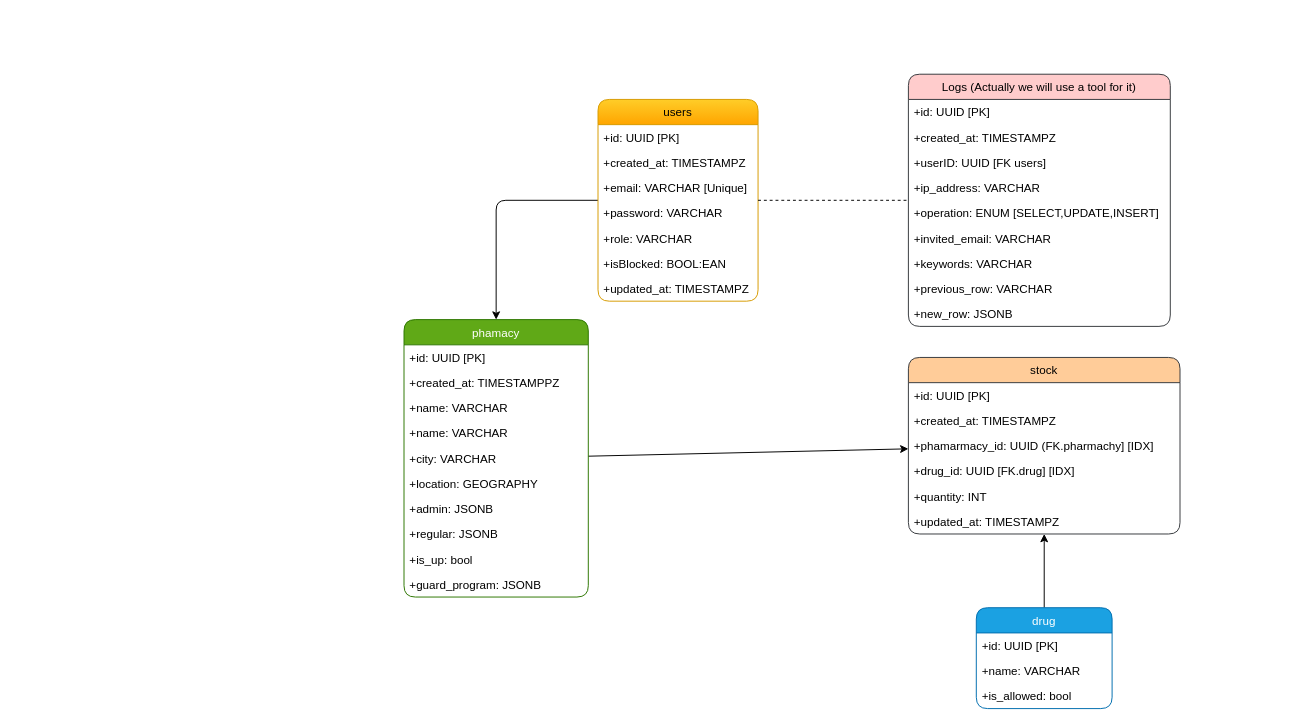
This is page "DB" (1 of 3) of _docs/diagrams.drawio from juanvictorqwerty/Bob-Pharma-View, a draw.io file, before an edit. Source tidied: cells renumbered, new cells numbered last; positions are measured from the earlier drawing's top-left corner, leaving out a move shared by most shapes. Both pictures are drawn from the tidied source at 97%, with x=0, y=0 at pixel (404, 74).
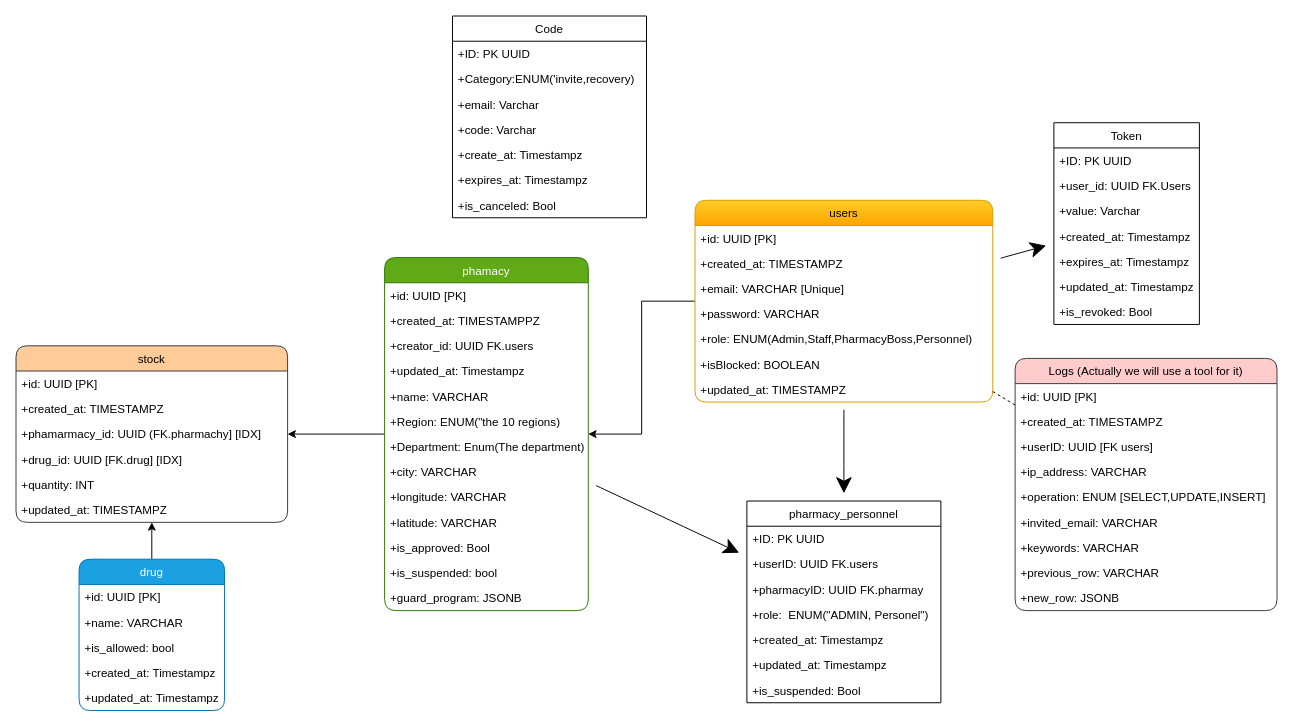
The same page after the edit.

The edit, as a diff of the source:
```diff
@@
-    <mxCell id="2" style="edgeStyle=orthogonalEdgeStyle;html=1;entryX=0.5;entryY=0;entryDx=0;entryDy=0;" parent="1" edge="1" source="3" target="12">
+    <mxCell id="2" style="edgeStyle=orthogonalEdgeStyle;html=1;rounded=0;" parent="1" edge="1" source="3" target="12">
       <mxGeometry relative="1" as="geometry" />
     </mxCell>
+    <mxCell id="46" style="edgeStyle=none;curved=1;rounded=0;jettySize=auto;html=1;endArrow=classic;startSize=14;endSize=14;sourcePerimeterSpacing=8;targetPerimeterSpacing=8;endFill=1;" parent="1" edge="1" source="3" target="57">
+      <mxGeometry relative="1" as="geometry" />
+    </mxCell>
+    <mxCell id="47" style="edgeStyle=none;curved=1;rounded=0;jettySize=auto;html=1;endArrow=classic;endFill=1;startSize=14;endSize=14;sourcePerimeterSpacing=8;targetPerimeterSpacing=8;" parent="1" edge="1" source="3" target="73">
+      <mxGeometry relative="1" as="geometry" />
+    </mxCell>
     <mxCell id="3" value="users" style="swimlane;fontStyle=0;horizontal=1;startSize=26;fillColor=#ffcd28;shadow=0;rounded=1;gradientColor=#ffa500;strokeColor=#d79b00;" parent="1" vertex="1">
-      <mxGeometry x="200" y="26" width="165" height="208" as="geometry" />
+      <mxGeometry x="300" y="130" width="307" height="208" as="geometry" />
     </mxCell>
     <mxCell id="4" value="+id: UUID [PK]" style="text;strokeColor=none;fillColor=none;align=left;verticalAlign=top;spacingLeft=4;spacingRight=4;overflow=hidden;" parent="3" vertex="1">
-      <mxGeometry y="26" width="165" height="26" as="geometry" />
+      <mxGeometry y="26" width="307" height="26" as="geometry" />
     </mxCell>
     <mxCell id="5" value="+created_at: TIMESTAMPZ" style="text;strokeColor=none;fillColor=none;align=left;verticalAlign=top;spacingLeft=4;spacingRight=4;overflow=hidden;" parent="3" vertex="1">
-      <mxGeometry y="52" width="165" height="26" as="geometry" />
+      <mxGeometry y="52" width="307" height="26" as="geometry" />
     </mxCell>
     <mxCell id="6" value="+email: VARCHAR [Unique]" style="text;strokeColor=none;fillColor=none;align=left;verticalAlign=top;spacingLeft=4;spacingRight=4;overflow=hidden;" parent="3" vertex="1">
-      <mxGeometry y="78" width="165" height="26" as="geometry" />
+      <mxGeometry y="78" width="307" height="26" as="geometry" />
     </mxCell>
     <mxCell id="7" value="+password: VARCHAR" style="text;strokeColor=none;fillColor=none;align=left;verticalAlign=top;spacingLeft=4;spacingRight=4;overflow=hidden;" parent="3" vertex="1">
-      <mxGeometry y="104" width="165" height="26" as="geometry" />
+      <mxGeometry y="104" width="307" height="26" as="geometry" />
     </mxCell>
-    <mxCell id="8" value="+role: VARCHAR" style="text;strokeColor=none;fillColor=none;align=left;verticalAlign=top;spacingLeft=4;spacingRight=4;overflow=hidden;" parent="3" vertex="1">
-      <mxGeometry y="130" width="165" height="26" as="geometry" />
+    <mxCell id="8" value="+role: ENUM(Admin,Staff,PharmacyBoss,Personnel)" style="text;strokeColor=none;fillColor=none;align=left;verticalAlign=top;spacingLeft=4;spacingRight=4;overflow=hidden;" parent="3" vertex="1">
+      <mxGeometry y="130" width="307" height="26" as="geometry" />
     </mxCell>
-    <mxCell id="9" value="+isBlocked: BOOL:EAN" style="text;strokeColor=none;fillColor=none;align=left;verticalAlign=top;spacingLeft=4;spacingRight=4;overflow=hidden;" parent="3" vertex="1">
-      <mxGeometry y="156" width="165" height="26" as="geometry" />
+    <mxCell id="9" value="+isBlocked: BOOLEAN" style="text;strokeColor=none;fillColor=none;align=left;verticalAlign=top;spacingLeft=4;spacingRight=4;overflow=hidden;" parent="3" vertex="1">
+      <mxGeometry y="156" width="307" height="26" as="geometry" />
     </mxCell>
     <mxCell id="10" value="+updated_at: TIMESTAMPZ" style="text;strokeColor=none;fillColor=none;align=left;verticalAlign=top;spacingLeft=4;spacingRight=4;overflow=hidden;" parent="3" vertex="1">
-      <mxGeometry y="182" width="165" height="26" as="geometry" />
+      <mxGeometry y="182" width="307" height="26" as="geometry" />
     </mxCell>
@@
+    <mxCell id="48" style="edgeStyle=none;curved=1;rounded=0;jettySize=auto;html=1;endArrow=classic;startSize=14;endSize=14;sourcePerimeterSpacing=8;targetPerimeterSpacing=8;endFill=1;" parent="1" edge="1" source="12" target="57">
+      <mxGeometry relative="1" as="geometry" />
+    </mxCell>
     <mxCell id="12" value="phamacy" style="swimlane;fontStyle=0;horizontal=1;startSize=26;fillColor=#60a917;rounded=1;strokeColor=#2D7600;fontColor=#ffffff;" parent="1" vertex="1">
-      <mxGeometry y="253" width="190" height="286" as="geometry" />
+      <mxGeometry x="-20" y="189" width="210" height="364" as="geometry" />
     </mxCell>
     <mxCell id="13" value="+id: UUID [PK]" style="text;strokeColor=none;fillColor=none;align=left;verticalAlign=top;spacingLeft=4;spacingRight=4;overflow=hidden;rounded=1;" parent="12" vertex="1">
-      <mxGeometry y="26" width="190" height="26" as="geometry" />
+      <mxGeometry y="26" width="210" height="26" as="geometry" />
     </mxCell>
+    <mxCell id="49" value="+created_at: TIMESTAMPPZ" style="text;strokeColor=none;fillColor=none;align=left;verticalAlign=top;spacingLeft=4;spacingRight=4;overflow=hidden;" parent="12" vertex="1">
+      <mxGeometry y="52" width="210" height="26" as="geometry" />
+    </mxCell>
+    <mxCell id="50" value="+creator_id: UUID FK.users" style="text;strokeColor=none;fillColor=none;align=left;verticalAlign=top;spacingLeft=4;spacingRight=4;overflow=hidden;rounded=1;" parent="12" vertex="1">
+      <mxGeometry y="78" width="210" height="26" as="geometry" />
+    </mxCell>
-    <mxCell id="14" value="+created_at: TIMESTAMPPZ" style="text;strokeColor=none;fillColor=none;align=left;verticalAlign=top;spacingLeft=4;spacingRight=4;overflow=hidden;" parent="12" vertex="1">
-      <mxGeometry y="52" width="190" height="26" as="geometry" />
+    <mxCell id="14" value="+updated_at: Timestampz" style="text;strokeColor=none;fillColor=none;align=left;verticalAlign=top;spacingLeft=4;spacingRight=4;overflow=hidden;" parent="12" vertex="1">
+      <mxGeometry y="104" width="210" height="26" as="geometry" />
     </mxCell>
     <mxCell id="15" value="+name: VARCHAR" style="text;strokeColor=none;fillColor=none;align=left;verticalAlign=top;spacingLeft=4;spacingRight=4;overflow=hidden;" parent="12" vertex="1">
-      <mxGeometry y="78" width="190" height="26" as="geometry" />
+      <mxGeometry y="130" width="210" height="26" as="geometry" />
     </mxCell>
+    <mxCell id="51" value="+Region: ENUM(&quot;the 10 regions)" style="text;strokeColor=none;fillColor=none;align=left;verticalAlign=top;spacingLeft=4;spacingRight=4;overflow=hidden;" parent="12" vertex="1">
+      <mxGeometry y="156" width="210" height="26" as="geometry" />
+    </mxCell>
-    <mxCell id="16" value="+name: VARCHAR" style="text;strokeColor=none;fillColor=none;align=left;verticalAlign=top;spacingLeft=4;spacingRight=4;overflow=hidden;" parent="12" vertex="1">
-      <mxGeometry y="104" width="190" height="26" as="geometry" />
+    <mxCell id="16" value="+Department: Enum(The department)" style="text;strokeColor=none;fillColor=none;align=left;verticalAlign=top;spacingLeft=4;spacingRight=4;overflow=hidden;" parent="12" vertex="1">
+      <mxGeometry y="182" width="210" height="26" as="geometry" />
     </mxCell>
+    <mxCell id="52" value="+city: VARCHAR" style="text;strokeColor=none;fillColor=none;align=left;verticalAlign=top;spacingLeft=4;spacingRight=4;overflow=hidden;" parent="12" vertex="1">
+      <mxGeometry y="208" width="210" height="26" as="geometry" />
+    </mxCell>
+    <mxCell id="53" value="+longitude: VARCHAR" style="text;strokeColor=none;fillColor=none;align=left;verticalAlign=top;spacingLeft=4;spacingRight=4;overflow=hidden;" parent="12" vertex="1">
+      <mxGeometry y="234" width="210" height="26" as="geometry" />
+    </mxCell>
-    <mxCell id="17" value="+city: VARCHAR" style="text;strokeColor=none;fillColor=none;align=left;verticalAlign=top;spacingLeft=4;spacingRight=4;overflow=hidden;" parent="12" vertex="1">
-      <mxGeometry y="130" width="190" height="26" as="geometry" />
+    <mxCell id="17" value="+latitude: VARCHAR" style="text;strokeColor=none;fillColor=none;align=left;verticalAlign=top;spacingLeft=4;spacingRight=4;overflow=hidden;" parent="12" vertex="1">
+      <mxGeometry y="260" width="210" height="26" as="geometry" />
     </mxCell>
-    <mxCell id="18" value="+location: GEOGRAPHY" style="text;strokeColor=none;fillColor=none;align=left;verticalAlign=top;spacingLeft=4;spacingRight=4;overflow=hidden;" parent="12" vertex="1">
-      <mxGeometry y="156" width="190" height="26" as="geometry" />
-    </mxCell>
-    <mxCell id="19" value="+admin: JSONB" style="text;strokeColor=none;fillColor=none;align=left;verticalAlign=top;spacingLeft=4;spacingRight=4;overflow=hidden;" parent="12" vertex="1">
-      <mxGeometry y="182" width="190" height="26" as="geometry" />
-    </mxCell>
+    <mxCell id="54" value="+is_approved: Bool" style="text;strokeColor=none;fillColor=none;align=left;verticalAlign=top;spacingLeft=4;spacingRight=4;overflow=hidden;" parent="12" vertex="1">
+      <mxGeometry y="286" width="210" height="26" as="geometry" />
+    </mxCell>
-    <mxCell id="20" value="+regular: JSONB" style="text;strokeColor=none;fillColor=none;align=left;verticalAlign=top;spacingLeft=4;spacingRight=4;overflow=hidden;" parent="12" vertex="1">
-      <mxGeometry y="208" width="190" height="26" as="geometry" />
+    <mxCell id="20" value="+is_suspended: bool" style="text;strokeColor=none;fillColor=none;align=left;verticalAlign=top;spacingLeft=4;spacingRight=4;overflow=hidden;" parent="12" vertex="1">
+      <mxGeometry y="312" width="210" height="26" as="geometry" />
     </mxCell>
-    <mxCell id="21" value="+is_up: bool" style="text;strokeColor=none;fillColor=none;align=left;verticalAlign=top;spacingLeft=4;spacingRight=4;overflow=hidden;" parent="12" vertex="1">
-      <mxGeometry y="234" width="190" height="26" as="geometry" />
-    </mxCell>
     <mxCell id="22" value="+guard_program: JSONB" style="text;strokeColor=none;fillColor=none;align=left;verticalAlign=top;spacingLeft=4;spacingRight=4;overflow=hidden;" parent="12" vertex="1">
-      <mxGeometry y="260" width="190" height="26" as="geometry" />
+      <mxGeometry y="338" width="210" height="26" as="geometry" />
     </mxCell>
     <mxCell id="23" value="stock" style="swimlane;fontStyle=0;horizontal=1;startSize=26;fillColor=#ffcc99;rounded=1;strokeColor=#36393d;" parent="1" vertex="1">
-      <mxGeometry x="520" y="292" width="280" height="182" as="geometry" />
+      <mxGeometry x="-400" y="280" width="280" height="182" as="geometry" />
     </mxCell>
@@
     <mxCell id="31" value="drug" style="swimlane;fontStyle=0;horizontal=1;startSize=26;rounded=1;fillColor=#1ba1e2;fontColor=#ffffff;strokeColor=#006EAF;" parent="1" vertex="1">
-      <mxGeometry x="590" y="550" width="140" height="104" as="geometry" />
+      <mxGeometry x="-335" y="500" width="150" height="156" as="geometry" />
     </mxCell>
     <mxCell id="32" value="+id: UUID [PK]" style="text;strokeColor=none;fillColor=none;align=left;verticalAlign=top;spacingLeft=4;spacingRight=4;overflow=hidden;" parent="31" vertex="1">
-      <mxGeometry y="26" width="140" height="26" as="geometry" />
+      <mxGeometry y="26" width="150" height="26" as="geometry" />
     </mxCell>
     <mxCell id="33" value="+name: VARCHAR" style="text;strokeColor=none;fillColor=none;align=left;verticalAlign=top;spacingLeft=4;spacingRight=4;overflow=hidden;" parent="31" vertex="1">
-      <mxGeometry y="52" width="140" height="26" as="geometry" />
+      <mxGeometry y="52" width="150" height="26" as="geometry" />
     </mxCell>
     <mxCell id="34" value="+is_allowed: bool" style="text;strokeColor=none;fillColor=none;align=left;verticalAlign=top;spacingLeft=4;spacingRight=4;overflow=hidden;" parent="31" vertex="1">
-      <mxGeometry y="78" width="140" height="26" as="geometry" />
+      <mxGeometry y="78" width="150" height="26" as="geometry" />
     </mxCell>
+    <mxCell id="55" value="+created_at: Timestampz" style="text;strokeColor=none;fillColor=none;align=left;verticalAlign=top;spacingLeft=4;spacingRight=4;overflow=hidden;" parent="31" vertex="1">
+      <mxGeometry y="104" width="150" height="26" as="geometry" />
+    </mxCell>
+    <mxCell id="56" value="+updated_at: Timestampz" style="text;strokeColor=none;fillColor=none;align=left;verticalAlign=top;spacingLeft=4;spacingRight=4;overflow=hidden;" parent="31" vertex="1">
+      <mxGeometry y="130" width="150" height="26" as="geometry" />
+    </mxCell>
     <mxCell id="35" value="Logs (Actually we will use a tool for it)" style="swimlane;fontStyle=0;horizontal=1;startSize=26;fillColor=#ffcccc;rounded=1;shadow=0;strokeColor=#36393d;" parent="1" vertex="1">
-      <mxGeometry x="520" width="270" height="260" as="geometry" />
+      <mxGeometry x="630" y="293" width="270" height="260" as="geometry" />
     </mxCell>
@@
+    <mxCell id="57" value="pharmacy_personnel" style="swimlane;fontStyle=0;horizontal=1;startSize=26;fillColor=none;" parent="1" vertex="1">
+      <mxGeometry x="353.5" y="440" width="200" height="208" as="geometry" />
+    </mxCell>
+    <mxCell id="58" value="+ID: PK UUID" style="text;strokeColor=none;fillColor=none;align=left;verticalAlign=top;spacingLeft=4;spacingRight=4;overflow=hidden;" parent="57" vertex="1">
+      <mxGeometry y="26" width="200" height="26" as="geometry" />
+    </mxCell>
+    <mxCell id="59" value="+userID: UUID FK.users" style="text;strokeColor=none;fillColor=none;align=left;verticalAlign=top;spacingLeft=4;spacingRight=4;overflow=hidden;" parent="57" vertex="1">
+      <mxGeometry y="52" width="200" height="26" as="geometry" />
+    </mxCell>
+    <mxCell id="60" value="+pharmacyID: UUID FK.pharmay" style="text;strokeColor=none;fillColor=none;align=left;verticalAlign=top;spacingLeft=4;spacingRight=4;overflow=hidden;" parent="57" vertex="1">
+      <mxGeometry y="78" width="200" height="26" as="geometry" />
+    </mxCell>
+    <mxCell id="61" value="+role:  ENUM(&quot;ADMIN, Personel&quot;)" style="text;strokeColor=none;fillColor=none;align=left;verticalAlign=top;spacingLeft=4;spacingRight=4;overflow=hidden;" parent="57" vertex="1">
+      <mxGeometry y="104" width="200" height="26" as="geometry" />
+    </mxCell>
+    <mxCell id="62" value="+created_at: Timestampz" style="text;strokeColor=none;fillColor=none;align=left;verticalAlign=top;spacingLeft=4;spacingRight=4;overflow=hidden;" parent="57" vertex="1">
+      <mxGeometry y="130" width="200" height="26" as="geometry" />
+    </mxCell>
+    <mxCell id="63" value="+updated_at: Timestampz" style="text;strokeColor=none;fillColor=none;align=left;verticalAlign=top;spacingLeft=4;spacingRight=4;overflow=hidden;" parent="57" vertex="1">
+      <mxGeometry y="156" width="200" height="26" as="geometry" />
+    </mxCell>
+    <mxCell id="64" value="+is_suspended: Bool" style="text;strokeColor=none;fillColor=none;align=left;verticalAlign=top;spacingLeft=4;spacingRight=4;overflow=hidden;" parent="57" vertex="1">
+      <mxGeometry y="182" width="200" height="26" as="geometry" />
+    </mxCell>
+    <mxCell id="65" value="Code" style="swimlane;fontStyle=0;horizontal=1;startSize=26;fillColor=none;" parent="1" vertex="1">
+      <mxGeometry x="50" y="-60" width="200" height="208" as="geometry" />
+    </mxCell>
+    <mxCell id="66" value="+ID: PK UUID" style="text;strokeColor=none;fillColor=none;align=left;verticalAlign=top;spacingLeft=4;spacingRight=4;overflow=hidden;" parent="65" vertex="1">
+      <mxGeometry y="26" width="200" height="26" as="geometry" />
+    </mxCell>
+    <mxCell id="67" value="+Category:ENUM('invite,recovery)" style="text;strokeColor=none;fillColor=none;align=left;verticalAlign=top;spacingLeft=4;spacingRight=4;overflow=hidden;" parent="65" vertex="1">
+      <mxGeometry y="52" width="200" height="26" as="geometry" />
+    </mxCell>
+    <mxCell id="68" value="+email: Varchar" style="text;strokeColor=none;fillColor=none;align=left;verticalAlign=top;spacingLeft=4;spacingRight=4;overflow=hidden;" parent="65" vertex="1">
+      <mxGeometry y="78" width="200" height="26" as="geometry" />
+    </mxCell>
+    <mxCell id="69" value="+code: Varchar" style="text;strokeColor=none;fillColor=none;align=left;verticalAlign=top;spacingLeft=4;spacingRight=4;overflow=hidden;" parent="65" vertex="1">
+      <mxGeometry y="104" width="200" height="26" as="geometry" />
+    </mxCell>
+    <mxCell id="70" value="+create_at: Timestampz" style="text;strokeColor=none;fillColor=none;align=left;verticalAlign=top;spacingLeft=4;spacingRight=4;overflow=hidden;" parent="65" vertex="1">
+      <mxGeometry y="130" width="200" height="26" as="geometry" />
+    </mxCell>
+    <mxCell id="71" value="+expires_at: Timestampz" style="text;strokeColor=none;fillColor=none;align=left;verticalAlign=top;spacingLeft=4;spacingRight=4;overflow=hidden;" parent="65" vertex="1">
+      <mxGeometry y="156" width="200" height="26" as="geometry" />
+    </mxCell>
+    <mxCell id="72" value="+is_canceled: Bool" style="text;strokeColor=none;fillColor=none;align=left;verticalAlign=top;spacingLeft=4;spacingRight=4;overflow=hidden;" parent="65" vertex="1">
+      <mxGeometry y="182" width="200" height="26" as="geometry" />
+    </mxCell>
+    <mxCell id="73" value="Token" style="swimlane;fontStyle=0;horizontal=1;startSize=26;fillColor=none;" parent="1" vertex="1">
+      <mxGeometry x="670" y="50" width="150" height="208" as="geometry" />
+    </mxCell>
+    <mxCell id="74" value="+ID: PK UUID" style="text;strokeColor=none;fillColor=none;align=left;verticalAlign=top;spacingLeft=4;spacingRight=4;overflow=hidden;" parent="73" vertex="1">
+      <mxGeometry y="26" width="150" height="26" as="geometry" />
+    </mxCell>
+    <mxCell id="75" value="+user_id: UUID FK.Users" style="text;strokeColor=none;fillColor=none;align=left;verticalAlign=top;spacingLeft=4;spacingRight=4;overflow=hidden;" parent="73" vertex="1">
+      <mxGeometry y="52" width="150" height="26" as="geometry" />
+    </mxCell>
+    <mxCell id="76" value="+value: Varchar" style="text;strokeColor=none;fillColor=none;align=left;verticalAlign=top;spacingLeft=4;spacingRight=4;overflow=hidden;" parent="73" vertex="1">
+      <mxGeometry y="78" width="150" height="26" as="geometry" />
+    </mxCell>
+    <mxCell id="77" value="+created_at: Timestampz" style="text;strokeColor=none;fillColor=none;align=left;verticalAlign=top;spacingLeft=4;spacingRight=4;overflow=hidden;" parent="73" vertex="1">
+      <mxGeometry y="104" width="150" height="26" as="geometry" />
+    </mxCell>
+    <mxCell id="78" value="+expires_at: Timestampz" style="text;strokeColor=none;fillColor=none;align=left;verticalAlign=top;spacingLeft=4;spacingRight=4;overflow=hidden;" parent="73" vertex="1">
+      <mxGeometry y="130" width="150" height="26" as="geometry" />
+    </mxCell>
+    <mxCell id="79" value="+updated_at: Timestampz" style="text;strokeColor=none;fillColor=none;align=left;verticalAlign=top;spacingLeft=4;spacingRight=4;overflow=hidden;" parent="73" vertex="1">
+      <mxGeometry y="156" width="150" height="26" as="geometry" />
+    </mxCell>
+    <mxCell id="80" value="+is_revoked: Bool" style="text;strokeColor=none;fillColor=none;align=left;verticalAlign=top;spacingLeft=4;spacingRight=4;overflow=hidden;" parent="73" vertex="1">
+      <mxGeometry y="182" width="150" height="26" as="geometry" />
+    </mxCell>
```
